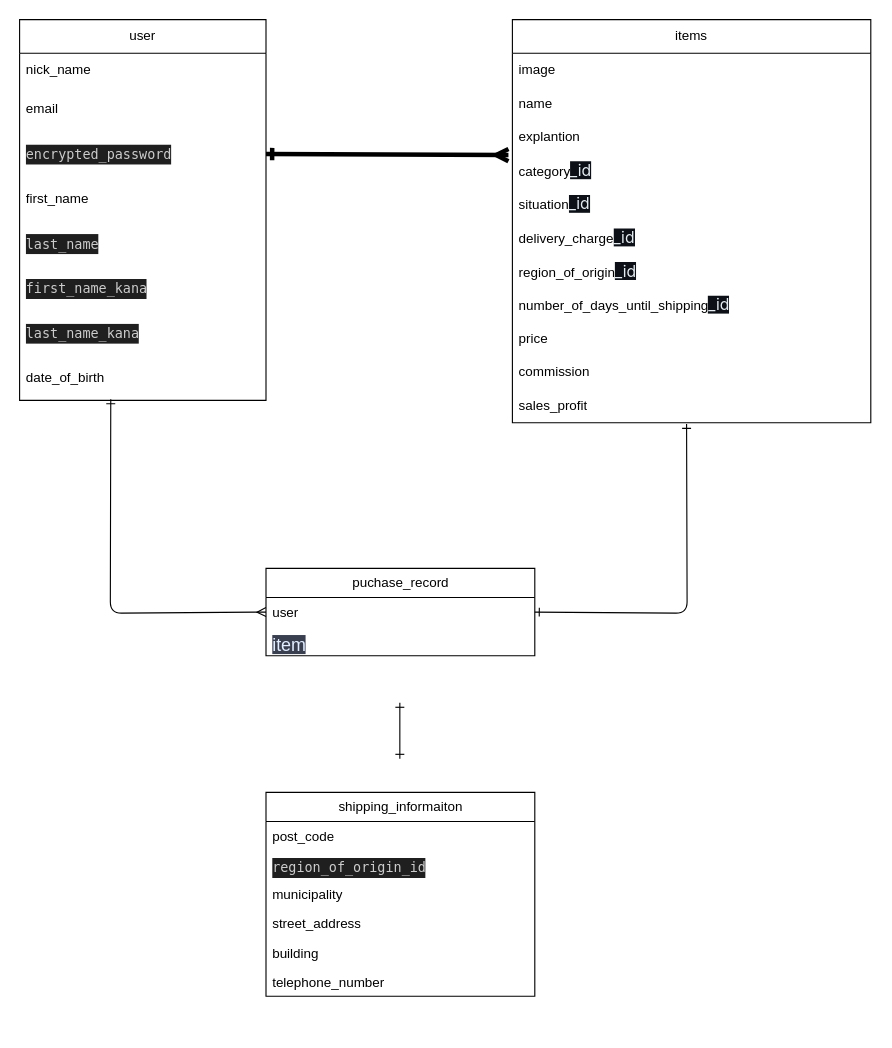
This is furima.dio from Ryuuichiro07/furima-40395, a draw.io file, before an edit. Source tidied: cells renumbered, new cells numbered last; positions are measured from the earlier drawing's top-left corner, leaving out a move shared by most shapes. Both pictures are drawn from the tidied source at 112%, with x=0, y=0 at pixel (19, 19).
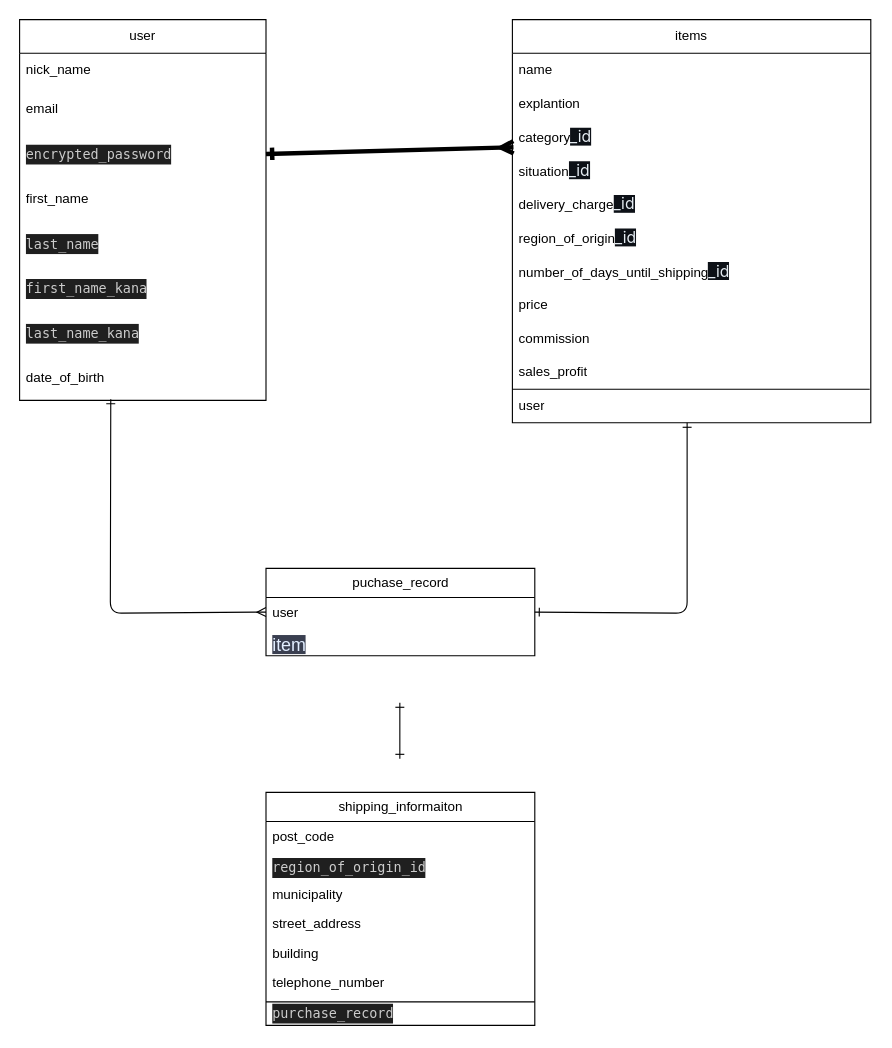
The same diagram, later.

Unchanged cells that the change refers to:
```xml
<mxCell id="5" value="&lt;div style=&quot;color: rgb(204, 204, 204); background-color: rgb(31, 31, 31); font-family: Menlo, Monaco, &amp;quot;Courier New&amp;quot;, monospace; line-height: 18px;&quot;&gt;encrypted_password&lt;/div&gt;" style="text;strokeColor=none;fillColor=none;align=left;verticalAlign=middle;spacingLeft=4;spacingRight=4;overflow=hidden;points=[[0,0.5],[1,0.5]];portConstraint=eastwest;whiteSpace=wrap;html=1;" parent="2" vertex="1">
  <mxGeometry y="100" width="220" height="40" as="geometry" />
</mxCell>
<mxCell id="11" value="items" style="swimlane;fontStyle=0;horizontal=1;startSize=30;whiteSpace=wrap;html=1;" parent="1" vertex="1">
  <mxGeometry x="440" width="320" height="360" as="geometry" />
</mxCell>
<mxCell id="25" value="user" style="text;strokeColor=none;fillColor=none;align=left;verticalAlign=top;spacingLeft=4;spacingRight=4;overflow=hidden;points=[[0,0.5],[1,0.5]];portConstraint=eastwest;whiteSpace=wrap;html=1;" parent="24" vertex="1">
  <mxGeometry y="26" width="240" height="26" as="geometry" />
</mxCell>
```

Change to the diagram source:
```diff
@@
-    <mxCell id="12" value="image" style="text;strokeColor=none;fillColor=none;align=left;verticalAlign=middle;spacingLeft=4;spacingRight=4;overflow=hidden;whiteSpace=wrap;html=1;" parent="11" vertex="1">
-      <mxGeometry y="30" width="320" height="30" as="geometry" />
-    </mxCell>
     <mxCell id="13" value="name" style="text;strokeColor=none;fillColor=none;align=left;verticalAlign=middle;spacingLeft=4;spacingRight=4;overflow=hidden;whiteSpace=wrap;html=1;" parent="11" vertex="1">
-      <mxGeometry y="60" width="320" height="30" as="geometry" />
+      <mxGeometry y="30" width="320" height="30" as="geometry" />
     </mxCell>
     <mxCell id="14" value="explantion" style="text;strokeColor=none;fillColor=none;align=left;verticalAlign=middle;spacingLeft=4;spacingRight=4;overflow=hidden;whiteSpace=wrap;html=1;" parent="11" vertex="1">
-      <mxGeometry y="90" width="320" height="30" as="geometry" />
+      <mxGeometry y="60" width="320" height="30" as="geometry" />
     </mxCell>
     <mxCell id="15" value="category&lt;span style=&quot;color: rgb(230, 237, 243); font-family: -apple-system, &amp;quot;system-ui&amp;quot;, &amp;quot;Segoe UI&amp;quot;, &amp;quot;Noto Sans&amp;quot;, Helvetica, Arial, sans-serif, &amp;quot;Apple Color Emoji&amp;quot;, &amp;quot;Segoe UI Emoji&amp;quot;; font-size: 14px; background-color: rgb(13, 17, 23);&quot;&gt;_id&lt;/span&gt;" style="text;strokeColor=none;fillColor=none;align=left;verticalAlign=middle;spacingLeft=4;spacingRight=4;overflow=hidden;points=[[0,0.5],[1,0.5]];portConstraint=eastwest;whiteSpace=wrap;html=1;" parent="11" vertex="1">
-      <mxGeometry y="120" width="320" height="30" as="geometry" />
+      <mxGeometry y="90" width="320" height="30" as="geometry" />
     </mxCell>
     <mxCell id="16" value="situation&lt;span style=&quot;color: rgb(230, 237, 243); font-family: -apple-system, &amp;quot;system-ui&amp;quot;, &amp;quot;Segoe UI&amp;quot;, &amp;quot;Noto Sans&amp;quot;, Helvetica, Arial, sans-serif, &amp;quot;Apple Color Emoji&amp;quot;, &amp;quot;Segoe UI Emoji&amp;quot;; font-size: 14px; background-color: rgb(13, 17, 23);&quot;&gt;_id&lt;/span&gt;" style="text;strokeColor=none;fillColor=none;align=left;verticalAlign=middle;spacingLeft=4;spacingRight=4;overflow=hidden;whiteSpace=wrap;html=1;" parent="11" vertex="1">
-      <mxGeometry y="150" width="320" height="30" as="geometry" />
+      <mxGeometry y="120" width="320" height="30" as="geometry" />
     </mxCell>
     <mxCell id="17" value="delivery_charge&lt;span style=&quot;color: rgb(230, 237, 243); font-family: -apple-system, &amp;quot;system-ui&amp;quot;, &amp;quot;Segoe UI&amp;quot;, &amp;quot;Noto Sans&amp;quot;, Helvetica, Arial, sans-serif, &amp;quot;Apple Color Emoji&amp;quot;, &amp;quot;Segoe UI Emoji&amp;quot;; font-size: 14px; background-color: rgb(13, 17, 23);&quot;&gt;_id&lt;/span&gt;" style="text;strokeColor=none;fillColor=none;align=left;verticalAlign=middle;spacingLeft=4;spacingRight=4;overflow=hidden;whiteSpace=wrap;html=1;" parent="11" vertex="1">
-      <mxGeometry y="180" width="320" height="30" as="geometry" />
+      <mxGeometry y="150" width="320" height="30" as="geometry" />
     </mxCell>
     <mxCell id="18" value="region_of_origin&lt;span style=&quot;color: rgb(230, 237, 243); font-family: -apple-system, &amp;quot;system-ui&amp;quot;, &amp;quot;Segoe UI&amp;quot;, &amp;quot;Noto Sans&amp;quot;, Helvetica, Arial, sans-serif, &amp;quot;Apple Color Emoji&amp;quot;, &amp;quot;Segoe UI Emoji&amp;quot;; font-size: 14px; background-color: rgb(13, 17, 23);&quot;&gt;_id&lt;/span&gt;" style="text;strokeColor=none;fillColor=none;align=left;verticalAlign=middle;spacingLeft=4;spacingRight=4;overflow=hidden;whiteSpace=wrap;html=1;" parent="11" vertex="1">
-      <mxGeometry y="210" width="320" height="30" as="geometry" />
+      <mxGeometry y="180" width="320" height="30" as="geometry" />
     </mxCell>
     <mxCell id="19" value="number_of_days_until_shipping&lt;span style=&quot;color: rgb(230, 237, 243); font-family: -apple-system, &amp;quot;system-ui&amp;quot;, &amp;quot;Segoe UI&amp;quot;, &amp;quot;Noto Sans&amp;quot;, Helvetica, Arial, sans-serif, &amp;quot;Apple Color Emoji&amp;quot;, &amp;quot;Segoe UI Emoji&amp;quot;; font-size: 14px; background-color: rgb(13, 17, 23);&quot;&gt;_id&lt;/span&gt;" style="text;strokeColor=none;fillColor=none;align=left;verticalAlign=middle;spacingLeft=4;spacingRight=4;overflow=hidden;whiteSpace=wrap;html=1;" parent="11" vertex="1">
-      <mxGeometry y="240" width="320" height="30" as="geometry" />
+      <mxGeometry y="210" width="320" height="30" as="geometry" />
     </mxCell>
     <mxCell id="20" value="price" style="text;strokeColor=none;fillColor=none;align=left;verticalAlign=middle;spacingLeft=4;spacingRight=4;overflow=hidden;whiteSpace=wrap;html=1;" parent="11" vertex="1">
-      <mxGeometry y="270" width="320" height="30" as="geometry" />
+      <mxGeometry y="240" width="320" height="30" as="geometry" />
     </mxCell>
     <mxCell id="21" value="commission" style="text;strokeColor=none;fillColor=none;align=left;verticalAlign=middle;spacingLeft=4;spacingRight=4;overflow=hidden;whiteSpace=wrap;html=1;" parent="11" vertex="1">
-      <mxGeometry y="300" width="320" height="30" as="geometry" />
+      <mxGeometry y="270" width="320" height="30" as="geometry" />
     </mxCell>
     <mxCell id="22" value="sales_profit" style="text;strokeColor=none;fillColor=none;align=left;verticalAlign=middle;spacingLeft=4;spacingRight=4;overflow=hidden;points=[[0,0.5],[1,0.5]];portConstraint=eastwest;whiteSpace=wrap;html=1;" parent="11" vertex="1">
-      <mxGeometry y="330" width="320" height="30" as="geometry" />
+      <mxGeometry y="300" width="320" height="30" as="geometry" />
     </mxCell>
+    <mxCell id="37" value="user" style="text;strokeColor=none;fillColor=none;align=left;verticalAlign=middle;spacingLeft=4;spacingRight=4;overflow=hidden;points=[[0,0.5],[1,0.5]];portConstraint=eastwest;whiteSpace=wrap;html=1;" parent="11" vertex="1">
+      <mxGeometry y="330" width="320" height="30" as="geometry" />
+    </mxCell>
+    <mxCell id="38" style="endArrow=none;html=1;entryX=0.997;entryY=0;entryDx=0;entryDy=0;entryPerimeter=0;exitX=0;exitY=0;exitDx=0;exitDy=0;exitPerimeter=0;" parent="11" edge="1" source="37" target="37">
+      <mxGeometry relative="1" as="geometry" />
+    </mxCell>
-    <mxCell id="23" style="html=1;exitX=1;exitY=0.5;exitDx=0;exitDy=0;entryX=-0.011;entryY=0.033;entryDx=0;entryDy=0;entryPerimeter=0;strokeWidth=4;endArrow=ERmany;endFill=0;startArrow=ERone;startFill=0;" parent="1" edge="1" source="5" target="15">
+    <mxCell id="23" style="html=1;exitX=1;exitY=0.5;exitDx=0;exitDy=0;entryX=0.003;entryY=0.8;entryDx=0;entryDy=0;entryPerimeter=0;strokeWidth=4;endArrow=ERmany;endFill=0;startArrow=ERone;startFill=0;" parent="1" edge="1" source="5" target="15">
       <mxGeometry relative="1" as="geometry" />
     </mxCell>
@@
     <mxCell id="28" value="shipping_informaiton" style="swimlane;fontStyle=0;horizontal=1;startSize=26;fillColor=none;html=1;" parent="1" vertex="1">
-      <mxGeometry x="220" y="690" width="240" height="182" as="geometry" />
+      <mxGeometry x="220" y="690" width="240" height="208" as="geometry" />
     </mxCell>
@@
+    <mxCell id="39" value="&lt;div style=&quot;color: rgb(204, 204, 204); background-color: rgb(31, 31, 31); font-family: Menlo, Monaco, &amp;quot;Courier New&amp;quot;, monospace; line-height: 18px;&quot;&gt; purchase_record&lt;/div&gt;" style="text;strokeColor=none;fillColor=none;align=left;verticalAlign=top;spacingLeft=4;spacingRight=4;overflow=hidden;points=[[0,0.5],[1,0.5]];portConstraint=eastwest;whiteSpace=wrap;html=1;" parent="28" vertex="1">
+      <mxGeometry y="182" width="240" height="26" as="geometry" />
+    </mxCell>
+    <mxCell id="40" style="endArrow=none;html=1;exitX=0;exitY=0.192;exitDx=0;exitDy=0;exitPerimeter=0;entryX=1;entryY=0.192;entryDx=0;entryDy=0;entryPerimeter=0;" parent="28" edge="1" source="39" target="39">
+      <mxGeometry relative="1" as="geometry" />
+    </mxCell>
-    <mxCell id="35" style="edgeStyle=none;html=1;exitX=1;exitY=0.5;exitDx=0;exitDy=0;entryX=0.486;entryY=1.033;entryDx=0;entryDy=0;entryPerimeter=0;startArrow=ERone;startFill=0;endArrow=ERone;endFill=0;" parent="1" edge="1" source="25" target="22">
+    <mxCell id="35" style="edgeStyle=none;html=1;exitX=1;exitY=0.5;exitDx=0;exitDy=0;startArrow=ERone;startFill=0;endArrow=ERone;endFill=0;" parent="1" edge="1" source="25">
       <mxGeometry relative="1" as="geometry">
+        <mxPoint x="596" y="360" as="targetPoint" />
         <Array as="points">
           <mxPoint x="596" y="530" />
         </Array>
       </mxGeometry>
     </mxCell>
```
